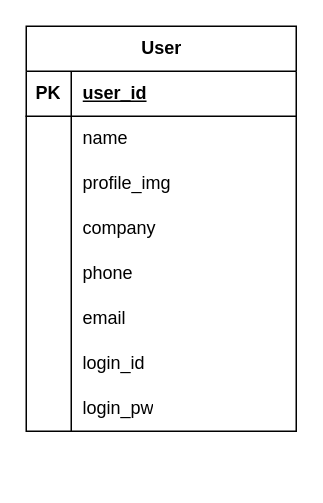
Above: dbModeling.drawio in sync-without-async/Rehab-BackEnd (draw.io), before the change. Source tidied: cells renumbered, new cells numbered last; positions are measured from the earlier drawing's top-left corner, leaving out a move shared by most shapes. Both pictures are drawn from the tidied source at 150%, with x=0, y=0 at pixel (26, 26).
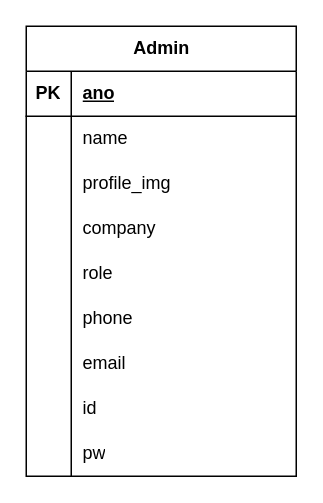
Above is the later version.

The change refers to these unchanged cells:
```xml
<mxCell id="3" style="shape=tableRow;horizontal=0;startSize=0;swimlaneHead=0;swimlaneBody=0;fillColor=none;top=0;left=0;right=0;bottom=1;" parent="2" vertex="1">
  <mxGeometry y="30" width="180" height="30" as="geometry" />
</mxCell>
```

Diff of the diagram source:
```diff
@@
-    <mxCell id="2" value="User" style="shape=table;startSize=30;childLayout=tableLayout;rowLines=0;fontStyle=1;align=center;html=1;" parent="1" vertex="1">
-      <mxGeometry width="180" height="270" as="geometry" />
+    <mxCell id="2" value="Admin" style="shape=table;startSize=30;childLayout=tableLayout;rowLines=0;fontStyle=1;align=center;html=1;" parent="1" vertex="1">
+      <mxGeometry width="180" height="300" as="geometry" />
     </mxCell>
@@
-    <mxCell id="5" value="user_id" style="shape=partialRectangle;fillColor=none;top=0;left=0;bottom=0;right=0;align=left;spacingLeft=6;fontStyle=5;overflow=hidden;whiteSpace=wrap;html=1;" parent="3" vertex="1">
+    <mxCell id="5" value="ano" style="shape=partialRectangle;fillColor=none;top=0;left=0;bottom=0;right=0;align=left;spacingLeft=6;fontStyle=5;overflow=hidden;whiteSpace=wrap;html=1;" parent="3" vertex="1">
       <mxGeometry x="30" width="150" height="30" as="geometry" />
     </mxCell>
@@
+    <mxCell id="27" style="shape=tableRow;horizontal=0;startSize=0;swimlaneHead=0;swimlaneBody=0;fillColor=none;top=0;left=0;right=0;bottom=0;" parent="2" vertex="1">
+      <mxGeometry y="150" width="180" height="30" as="geometry" />
+    </mxCell>
+    <mxCell id="28" style="shape=partialRectangle;fillColor=none;top=0;left=0;bottom=0;right=0;overflow=hidden;whiteSpace=wrap;html=1;" parent="27" vertex="1">
+      <mxGeometry width="30" height="30" as="geometry" />
+    </mxCell>
+    <mxCell id="29" value="role" style="shape=partialRectangle;fillColor=none;top=0;left=0;bottom=0;right=0;align=left;spacingLeft=6;overflow=hidden;whiteSpace=wrap;html=1;" parent="27" vertex="1">
+      <mxGeometry x="30" width="150" height="30" as="geometry" />
+    </mxCell>
     <mxCell id="15" style="shape=tableRow;horizontal=0;startSize=0;swimlaneHead=0;swimlaneBody=0;fillColor=none;top=0;left=0;right=0;bottom=0;" parent="2" vertex="1">
-      <mxGeometry y="150" width="180" height="30" as="geometry" />
+      <mxGeometry y="180" width="180" height="30" as="geometry" />
     </mxCell>
@@
     <mxCell id="18" style="shape=tableRow;horizontal=0;startSize=0;swimlaneHead=0;swimlaneBody=0;fillColor=none;top=0;left=0;right=0;bottom=0;" parent="2" vertex="1">
-      <mxGeometry y="180" width="180" height="30" as="geometry" />
+      <mxGeometry y="210" width="180" height="30" as="geometry" />
     </mxCell>
@@
     <mxCell id="21" style="shape=tableRow;horizontal=0;startSize=0;swimlaneHead=0;swimlaneBody=0;fillColor=none;top=0;left=0;right=0;bottom=0;" parent="2" vertex="1">
-      <mxGeometry y="210" width="180" height="30" as="geometry" />
+      <mxGeometry y="240" width="180" height="30" as="geometry" />
     </mxCell>
@@
-    <mxCell id="23" value="login_id" style="shape=partialRectangle;fillColor=none;top=0;left=0;bottom=0;right=0;align=left;spacingLeft=6;overflow=hidden;whiteSpace=wrap;html=1;" parent="21" vertex="1">
+    <mxCell id="23" value="id" style="shape=partialRectangle;fillColor=none;top=0;left=0;bottom=0;right=0;align=left;spacingLeft=6;overflow=hidden;whiteSpace=wrap;html=1;" parent="21" vertex="1">
       <mxGeometry x="30" width="150" height="30" as="geometry" />
     </mxCell>
     <mxCell id="24" style="shape=tableRow;horizontal=0;startSize=0;swimlaneHead=0;swimlaneBody=0;fillColor=none;top=0;left=0;right=0;bottom=0;" parent="2" vertex="1">
-      <mxGeometry y="240" width="180" height="30" as="geometry" />
+      <mxGeometry y="270" width="180" height="30" as="geometry" />
     </mxCell>
@@
-    <mxCell id="26" value="login_pw" style="shape=partialRectangle;fillColor=none;top=0;left=0;bottom=0;right=0;align=left;spacingLeft=6;overflow=hidden;whiteSpace=wrap;html=1;" parent="24" vertex="1">
+    <mxCell id="26" value="pw" style="shape=partialRectangle;fillColor=none;top=0;left=0;bottom=0;right=0;align=left;spacingLeft=6;overflow=hidden;whiteSpace=wrap;html=1;" parent="24" vertex="1">
       <mxGeometry x="30" width="150" height="30" as="geometry" />
     </mxCell>
```
